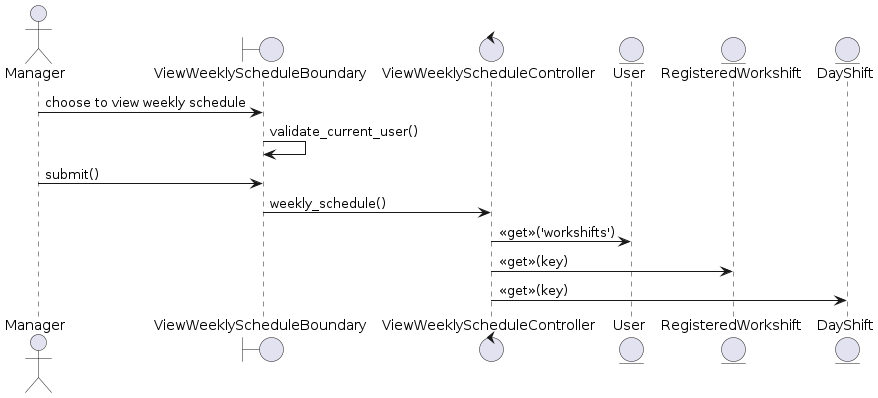
This is docs/UML/Sequence Diagrams/view-weekly-schedule.png from LapTQ/MCT, a PlantUML export, as it was before one commit. The source it was exported from:
```plantuml
@startuml

actor Manager as A
boundary ViewWeeklyScheduleBoundary as B
control ViewWeeklyScheduleController as C
entity User as E1
entity RegisteredWorkshift as E2
entity DayShift as E3

A -> B: choose to view weekly schedule
B -> B: validate_current_user()
A -> B: submit()
B -> C: weekly_schedule()
C -> E1: <<get>>('workshifts')
C -> E2: <<get>>(key)
C -> E3: <<get>>(key)

@enduml
```
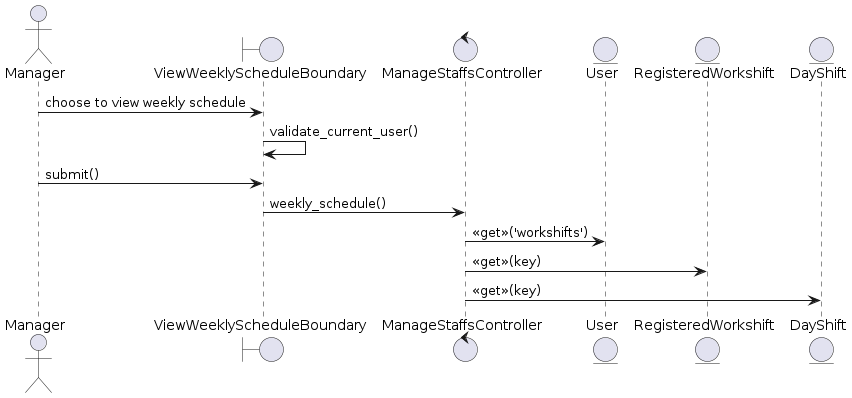
Later version of the same file.

Diff of the diagram source:
```diff
@@ -2,7 +2,7 @@
 
 actor Manager as A
 boundary ViewWeeklyScheduleBoundary as B
-control ViewWeeklyScheduleController as C
+control ManageStaffsController as C
 entity User as E1
 entity RegisteredWorkshift as E2
 entity DayShift as E3
```
